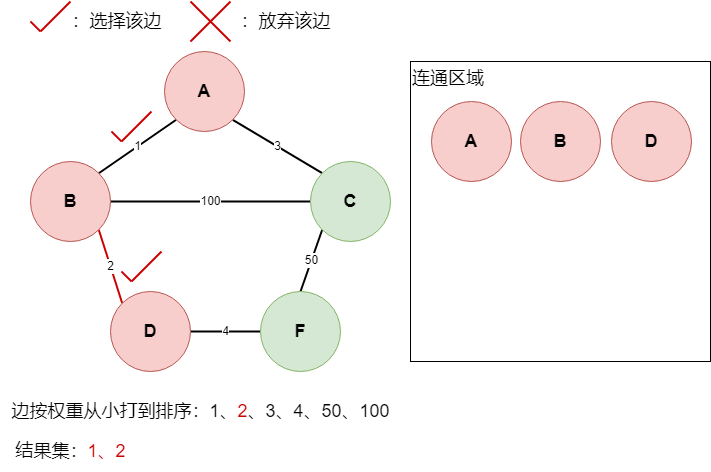
Above: algrithem/graph_kruskal_step4.drawio.png in muxicode/c153080686 (draw.io), before the change. Source tidied: cells renumbered, new cells last; positions are measured from the earlier drawing's top-left corner, leaving out a move shared by most shapes.
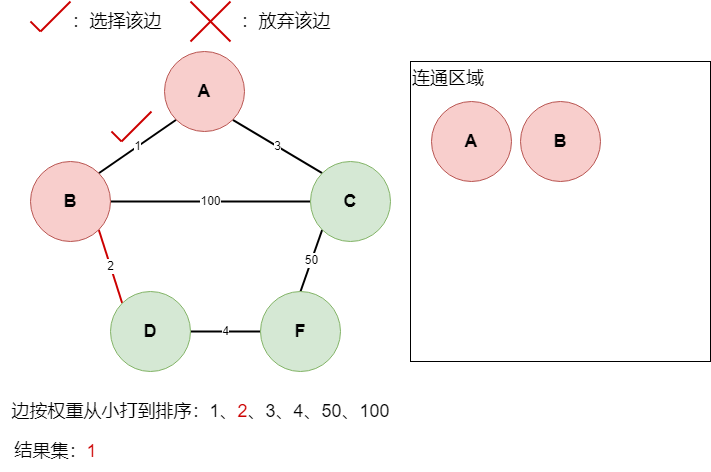
After the commit.

Diff of the diagram source:
```diff
@@ -29,7 +29,7 @@
     <mxCell id="10" value="4" style="rounded=0;jettySize=auto;html=1;exitX=1;exitY=0.5;exitDx=0;exitDy=0;entryX=0;entryY=0.5;entryDx=0;entryDy=0;endArrow=none;endFill=0;strokeColor=#000000;strokeWidth=2;" parent="1" edge="1" source="11" target="12">
       <mxGeometry relative="1" as="geometry" />
     </mxCell>
-    <mxCell id="11" value="&lt;font style=&quot;font-size: 18px;&quot;&gt;&lt;b&gt;D&lt;/b&gt;&lt;/font&gt;" style="ellipse;whiteSpace=wrap;html=1;fillColor=#f8cecc;strokeColor=#b85450;" parent="1" vertex="1">
+    <mxCell id="11" value="&lt;font style=&quot;font-size: 18px;&quot;&gt;&lt;b&gt;D&lt;/b&gt;&lt;/font&gt;" style="ellipse;whiteSpace=wrap;html=1;fillColor=#d5e8d4;strokeColor=#82b366;" parent="1" vertex="1">
       <mxGeometry x="110" y="290" width="80" height="80" as="geometry" />
     </mxCell>
     <mxCell id="12" value="&lt;font style=&quot;font-size: 18px;&quot;&gt;&lt;b&gt;F&lt;/b&gt;&lt;/font&gt;" style="ellipse;whiteSpace=wrap;html=1;fillColor=#d5e8d4;strokeColor=#82b366;" parent="1" vertex="1">
@@ -89,23 +89,8 @@
         <mxPoint x="121" y="140" as="targetPoint" />
       </mxGeometry>
     </mxCell>
-    <mxCell id="25" value="&lt;font style=&quot;font-size: 18px;&quot;&gt;结果集：&lt;font color=&quot;#cc0000&quot;&gt;1、2&lt;/font&gt;&lt;/font&gt;" style="text;html=1;align=center;verticalAlign=middle;strokeColor=none;fillColor=none;" parent="1" vertex="1">
-      <mxGeometry x="5" y="430" width="130" height="40" as="geometry" />
+    <mxCell id="25" value="&lt;font style=&quot;font-size: 18px;&quot;&gt;结果集：&lt;font color=&quot;#cc0000&quot;&gt;1&lt;/font&gt;&lt;/font&gt;" style="text;html=1;align=center;verticalAlign=middle;strokeColor=none;fillColor=none;" parent="1" vertex="1">
+      <mxGeometry y="430" width="110" height="40" as="geometry" />
     </mxCell>
-    <mxCell id="26" value="&lt;font style=&quot;font-size: 18px;&quot;&gt;&lt;b&gt;D&lt;/b&gt;&lt;/font&gt;" style="ellipse;whiteSpace=wrap;html=1;fillColor=#f8cecc;strokeColor=#b85450;" parent="1" vertex="1">
-      <mxGeometry x="611" y="100" width="80" height="80" as="geometry" />
-    </mxCell>
-    <mxCell id="27" style="endArrow=none;html=1;rounded=0;strokeWidth=2;strokeColor=#CC0000;" parent="1" edge="1">
-      <mxGeometry relative="1" as="geometry">
-        <mxPoint x="131" y="280" as="sourcePoint" />
-        <mxPoint x="161" y="250" as="targetPoint" />
-      </mxGeometry>
-    </mxCell>
-    <mxCell id="28" style="endArrow=none;html=1;rounded=0;strokeWidth=2;strokeColor=#CC0000;" parent="1" edge="1">
-      <mxGeometry relative="1" as="geometry">
-        <mxPoint x="121" y="270" as="sourcePoint" />
-        <mxPoint x="131" y="280" as="targetPoint" />
-      </mxGeometry>
-    </mxCell>
   </root>
 </mxGraphModel>
```
